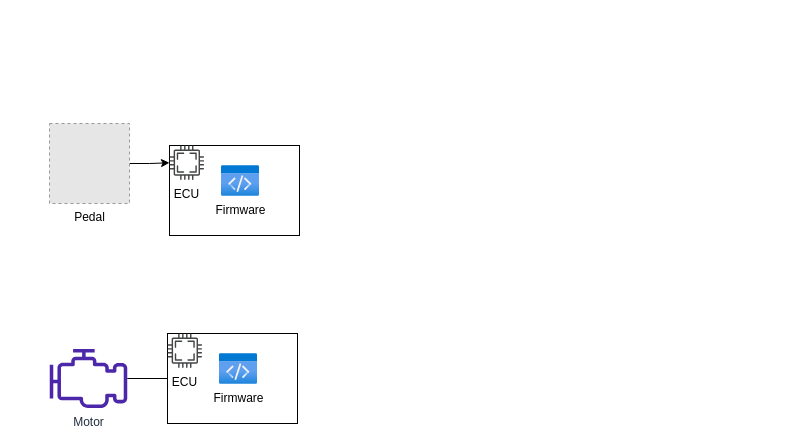
Dawei-S/Da keeps this draw.io diagram as auto steering system design.drawio. Above is the earlier version. Source tidied: cells renumbered, new cells numbered last; positions are measured from the earlier drawing's top-left corner, leaving out a move shared by most shapes. Both pictures are drawn from the tidied source at 100%, with x=0, y=0 at pixel (49, 123). Pictures stored in the file or linked from it are replaced by grey dashed boxes.
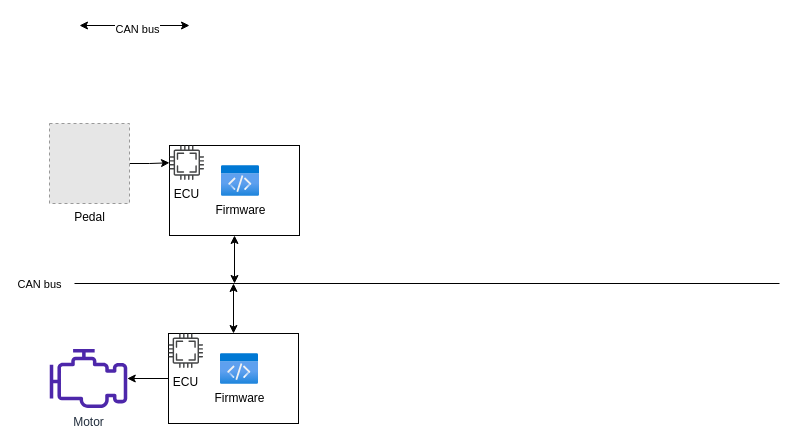
The same diagram, later.

The change refers to these unchanged cells:
```xml
<mxCell id="6" style="rounded=0;whiteSpace=wrap;html=1;" parent="5" vertex="1">
  <mxGeometry width="130" height="90" as="geometry" />
</mxCell>
<mxCell id="10" value="Motor" style="sketch=0;outlineConnect=0;fontColor=#232F3E;gradientColor=none;fillColor=#4D27AA;strokeColor=none;dashed=0;verticalLabelPosition=bottom;verticalAlign=top;align=center;html=1;fontSize=12;fontStyle=0;shape=mxgraph.aws4.emr_engine;" parent="1" vertex="1">
  <mxGeometry y="225.5" width="78" height="59" as="geometry" />
</mxCell>
<mxCell id="13" style="rounded=0;whiteSpace=wrap;html=1;" parent="12" vertex="1">
  <mxGeometry width="130" height="90" as="geometry" />
</mxCell>
<mxCell id="15" value="Firmware" style="html=1;points=[];align=center;image;fontSize=12;image=img/lib/azure2/general/Code.svg;" parent="12" vertex="1">
  <mxGeometry x="52" y="20" width="38" height="30.9" as="geometry" />
</mxCell>
```

Change to the diagram source:
```diff
@@
-    <mxCell id="9" style="edgeStyle=orthogonalEdgeStyle;rounded=0;jettySize=auto;html=1;" parent="1" edge="1" source="10" target="15">
-      <mxGeometry relative="1" as="geometry" />
-    </mxCell>
@@
     <mxCell id="11" style="group;" parent="1" vertex="1">
-      <mxGeometry x="118" y="210" width="130" height="90" as="geometry" />
+      <mxGeometry x="119" y="210" width="130" height="90" as="geometry" />
     </mxCell>
@@
+    <mxCell id="16" style="edgeStyle=orthogonalEdgeStyle;rounded=0;jettySize=auto;html=1;exitX=0;exitY=0.5;exitDx=0;exitDy=0;" parent="1" edge="1" source="13" target="10">
+      <mxGeometry relative="1" as="geometry" />
+    </mxCell>
+    <mxCell id="17" style="endArrow=classic;startArrow=classic;html=1;rounded=0;entryX=0.5;entryY=1;entryDx=0;entryDy=0;" parent="1" edge="1">
+      <mxGeometry relative="1" as="geometry">
+        <mxPoint x="140" y="-98" as="sourcePoint" />
+        <mxPoint x="30" y="-98" as="targetPoint" />
+      </mxGeometry>
+    </mxCell>
+    <mxCell id="18" value="CAN bus" style="edgeLabel;html=1;align=center;verticalAlign=middle;" parent="17" vertex="1">
+      <mxGeometry x="-0.04" y="3" relative="1" as="geometry" />
+    </mxCell>
+    <mxCell id="19" style="endArrow=none;html=1;rounded=0;" parent="1" edge="1">
+      <mxGeometry relative="1" as="geometry">
+        <mxPoint x="25" y="160" as="sourcePoint" />
+        <mxPoint x="730" y="160" as="targetPoint" />
+      </mxGeometry>
+    </mxCell>
+    <mxCell id="20" value="CAN bus" style="edgeLabel;html=1;align=center;verticalAlign=middle;" parent="19" vertex="1">
+      <mxGeometry x="-0.96" y="-2" relative="1" as="geometry">
+        <mxPoint x="-50" y="-2" as="offset" />
+      </mxGeometry>
+    </mxCell>
+    <mxCell id="21" style="endArrow=classic;startArrow=classic;html=1;rounded=0;entryX=0.5;entryY=1;entryDx=0;entryDy=0;" parent="1" edge="1" target="6">
+      <mxGeometry relative="1" as="geometry">
+        <mxPoint x="185" y="160" as="sourcePoint" />
+      </mxGeometry>
+    </mxCell>
+    <mxCell id="22" style="endArrow=classic;startArrow=classic;html=1;rounded=0;exitX=0.5;exitY=0;exitDx=0;exitDy=0;" parent="1" edge="1" source="13">
+      <mxGeometry relative="1" as="geometry">
+        <mxPoint x="184" y="160" as="targetPoint" />
+      </mxGeometry>
+    </mxCell>
```
